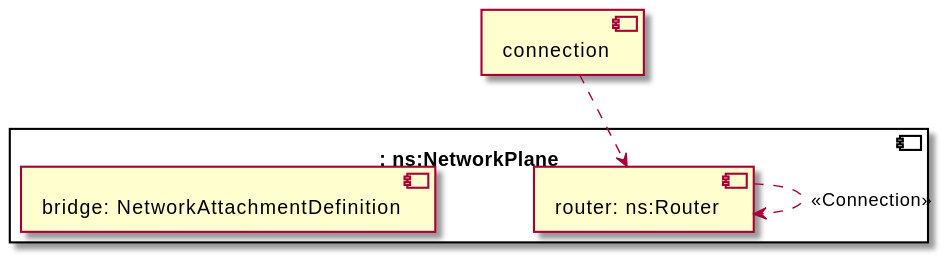
Earlier version of the PlantUML export examples/tosca-community-contributions/diagrams/uml2/examples-1.3-turandot-telephony-network-service-simple-data-plane-simple-data-plane-uml2-deployment-diagram.svg (Orange-OpenSource/Cloudnet-TOSCA-toolbox).
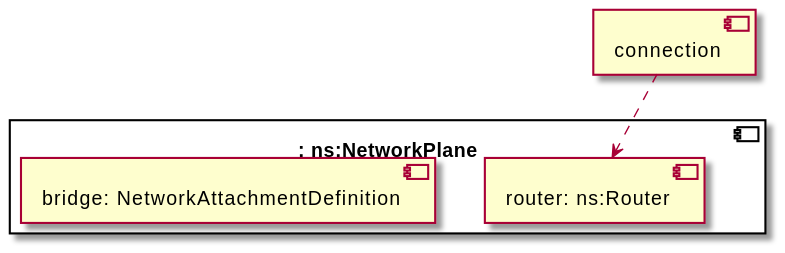
The same diagram one commit later.

The edit, as a diff of the source:
```diff
@@ -6,7 +6,6 @@
 component ": ns:NetworkPlane" as substitution_mappings {
 component "router: ns:Router" as node_router
 component "bridge: NetworkAttachmentDefinition" as node_bridge
-node_router ..> node_router : <<Connection>>
 }
 substitution_mappings_capability_connection -[hidden]- substitution_mappings
 substitution_mappings_capability_connection ..> node_router
```
